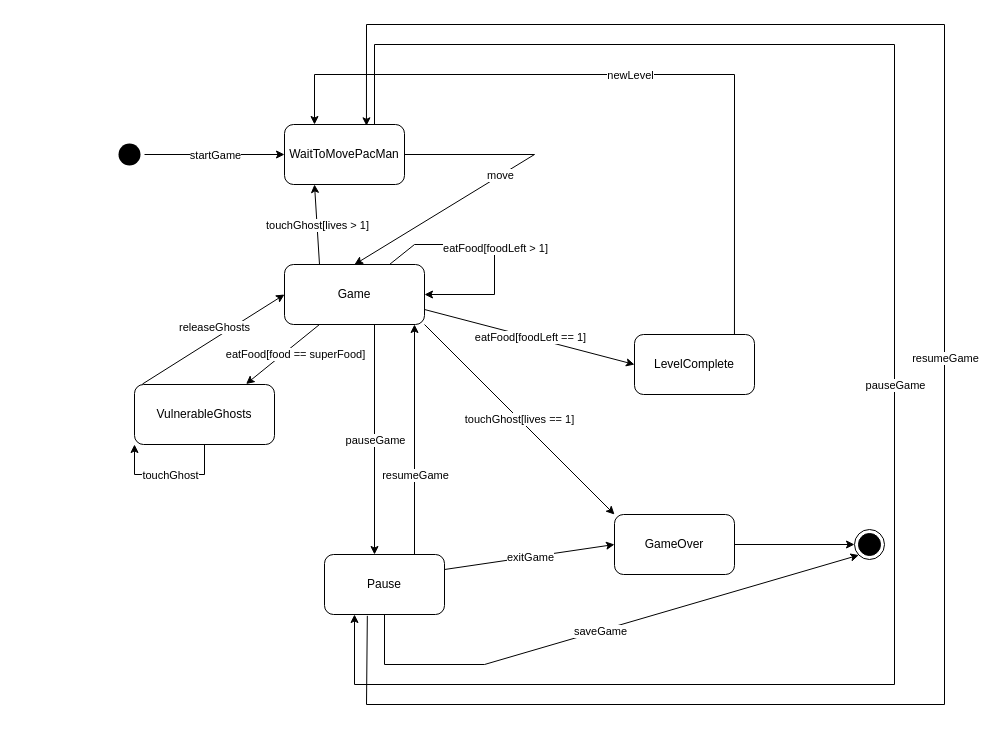
This is States/stateChartTinyPAC.drawio from pmsnnogueira/Tiny-PAC, a draw.io file, before an edit. Source tidied: cells renumbered, new cells numbered last; positions are measured from the earlier drawing's top-left corner, leaving out a move shared by most shapes. Both pictures are drawn from the tidied source at 100%, with x=0, y=0 at pixel (114, 24).
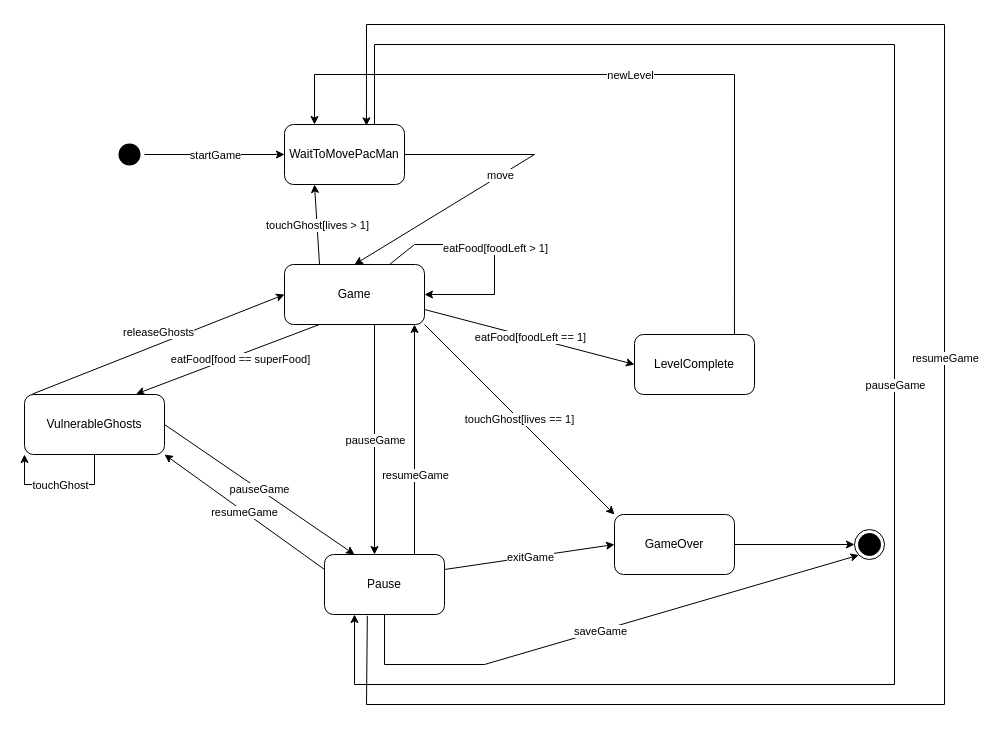
The same diagram, later.

The change refers to these unchanged cells:
```xml
<mxCell id="14" value="Pause" style="rounded=1;whiteSpace=wrap;html=1;" parent="1" vertex="1">
  <mxGeometry x="210" y="530" width="120" height="60" as="geometry" />
</mxCell>
```

Diff of the diagram source:
```diff
@@
     <mxCell id="34" value="VulnerableGhosts" style="rounded=1;whiteSpace=wrap;html=1;" parent="1" vertex="1">
-      <mxGeometry x="20" y="360" width="140" height="60" as="geometry" />
+      <mxGeometry x="-90" y="370" width="140" height="60" as="geometry" />
     </mxCell>
@@
     <mxCell id="37" style="endArrow=classic;html=1;rounded=0;exitX=0.5;exitY=1;exitDx=0;exitDy=0;entryX=0;entryY=1;entryDx=0;entryDy=0;" parent="1" edge="1" source="34" target="34">
       <mxGeometry relative="1" as="geometry">
         <Array as="points">
-          <mxPoint x="90" y="450" />
-          <mxPoint x="20" y="450" />
+          <mxPoint x="-20" y="460" />
+          <mxPoint x="-90" y="460" />
         </Array>
       </mxGeometry>
     </mxCell>
@@
+    <mxCell id="43" style="endArrow=classic;html=1;rounded=0;entryX=0.25;entryY=0;entryDx=0;entryDy=0;exitX=1;exitY=0.5;exitDx=0;exitDy=0;" parent="1" edge="1" source="34" target="14">
+      <mxGeometry relative="1" as="geometry" />
+    </mxCell>
+    <mxCell id="44" value="pauseGame" style="edgeLabel;html=1;align=center;verticalAlign=middle;" parent="43" vertex="1">
+      <mxGeometry relative="1" as="geometry" />
+    </mxCell>
+    <mxCell id="45" style="endArrow=classic;html=1;rounded=0;exitX=0;exitY=0.25;exitDx=0;exitDy=0;entryX=1;entryY=1;entryDx=0;entryDy=0;" parent="1" edge="1" source="14" target="34">
+      <mxGeometry relative="1" as="geometry" />
+    </mxCell>
+    <mxCell id="46" value="resumeGame" style="edgeLabel;html=1;align=center;verticalAlign=middle;" parent="45" vertex="1">
+      <mxGeometry relative="1" as="geometry" />
+    </mxCell>
```
